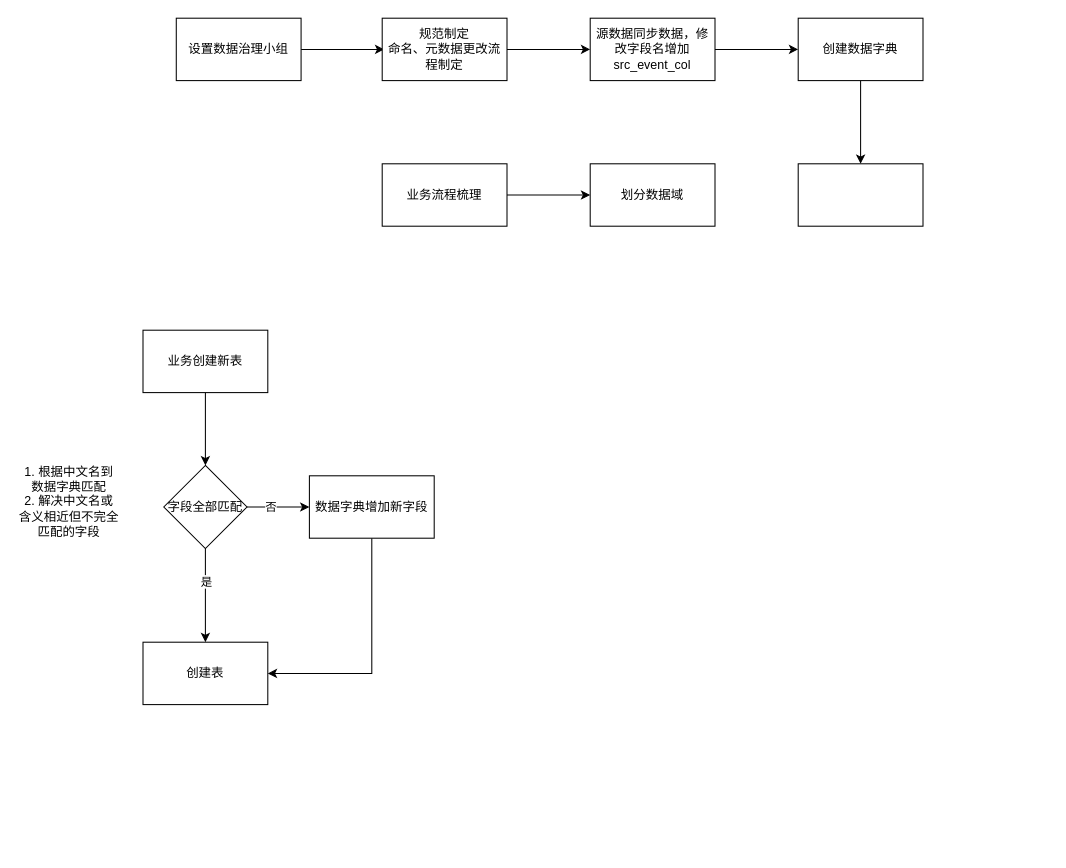
Before: 数据治理流程梳理.drawio in fxfng/hello-world, a draw.io diagram. Source tidied: cells renumbered, new cells numbered last; positions are measured from the earlier drawing's top-left corner, leaving out a move shared by most shapes. Both pictures are drawn from the tidied source at 104%, with x=0, y=0 at pixel (18, 18).
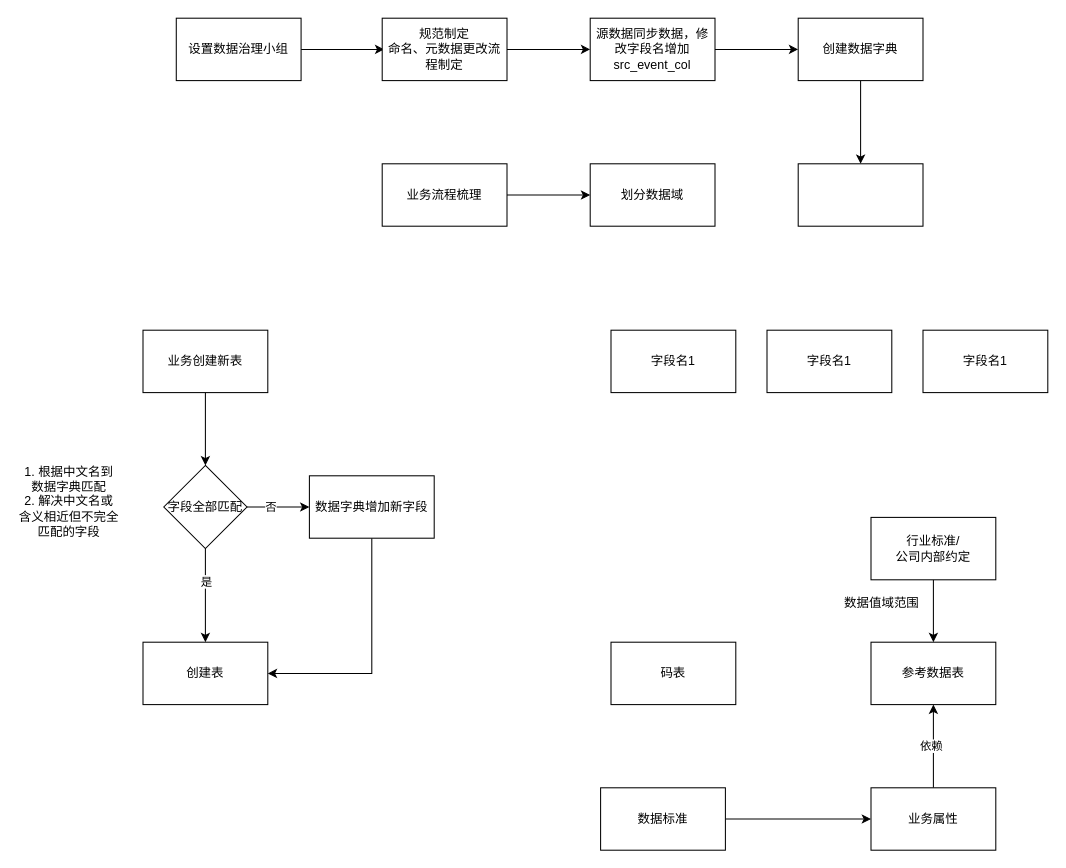
The same diagram, later.

Commit message:
更新数据治理流程梳理.drawio

What changed in the source:
```diff
@@
+    <mxCell id="25" value="字段名1" style="rounded=0;whiteSpace=wrap;html=1;" parent="1" vertex="1">
+      <mxGeometry x="570" y="300" width="120" height="60" as="geometry" />
+    </mxCell>
+    <mxCell id="26" value="字段名1" style="rounded=0;whiteSpace=wrap;html=1;" parent="1" vertex="1">
+      <mxGeometry x="720" y="300" width="120" height="60" as="geometry" />
+    </mxCell>
+    <mxCell id="27" value="字段名1" style="rounded=0;whiteSpace=wrap;html=1;" parent="1" vertex="1">
+      <mxGeometry x="870" y="300" width="120" height="60" as="geometry" />
+    </mxCell>
+    <mxCell id="28" value="码表" style="whiteSpace=wrap;html=1;" parent="1" vertex="1">
+      <mxGeometry x="570" y="600" width="120" height="60" as="geometry" />
+    </mxCell>
+    <mxCell id="29" value="参考数据表" style="whiteSpace=wrap;html=1;" parent="1" vertex="1">
+      <mxGeometry x="820" y="600" width="120" height="60" as="geometry" />
+    </mxCell>
+    <mxCell id="30" style="edgeStyle=orthogonalEdgeStyle;rounded=0;jettySize=auto;html=1;entryX=0.5;entryY=0;entryDx=0;entryDy=0;" parent="1" edge="1" source="31" target="29">
+      <mxGeometry relative="1" as="geometry" />
+    </mxCell>
+    <mxCell id="31" value="行业标准/&lt;div&gt;公司内部约定&lt;/div&gt;" style="whiteSpace=wrap;html=1;" parent="1" vertex="1">
+      <mxGeometry x="820" y="480" width="120" height="60" as="geometry" />
+    </mxCell>
+    <mxCell id="32" value="数据值域范围" style="text;html=1;align=center;verticalAlign=middle;strokeColor=none;fillColor=none;" parent="1" vertex="1">
+      <mxGeometry x="780" y="548" width="100" height="30" as="geometry" />
+    </mxCell>
+    <mxCell id="33" style="edgeStyle=orthogonalEdgeStyle;rounded=0;jettySize=auto;html=1;" parent="1" edge="1" source="34" target="37">
+      <mxGeometry relative="1" as="geometry" />
+    </mxCell>
+    <mxCell id="34" value="数据标准" style="whiteSpace=wrap;html=1;" parent="1" vertex="1">
+      <mxGeometry x="560" y="740" width="120" height="60" as="geometry" />
+    </mxCell>
+    <mxCell id="35" style="edgeStyle=orthogonalEdgeStyle;rounded=0;jettySize=auto;html=1;entryX=0.5;entryY=1;entryDx=0;entryDy=0;" parent="1" edge="1" source="37" target="29">
+      <mxGeometry relative="1" as="geometry" />
+    </mxCell>
+    <mxCell id="36" value="依赖" style="edgeLabel;html=1;align=center;verticalAlign=middle;" parent="35" vertex="1">
+      <mxGeometry x="0.03" y="3" relative="1" as="geometry" />
+    </mxCell>
+    <mxCell id="37" value="业务属性" style="whiteSpace=wrap;html=1;" parent="1" vertex="1">
+      <mxGeometry x="820" y="740" width="120" height="60" as="geometry" />
+    </mxCell>
```
